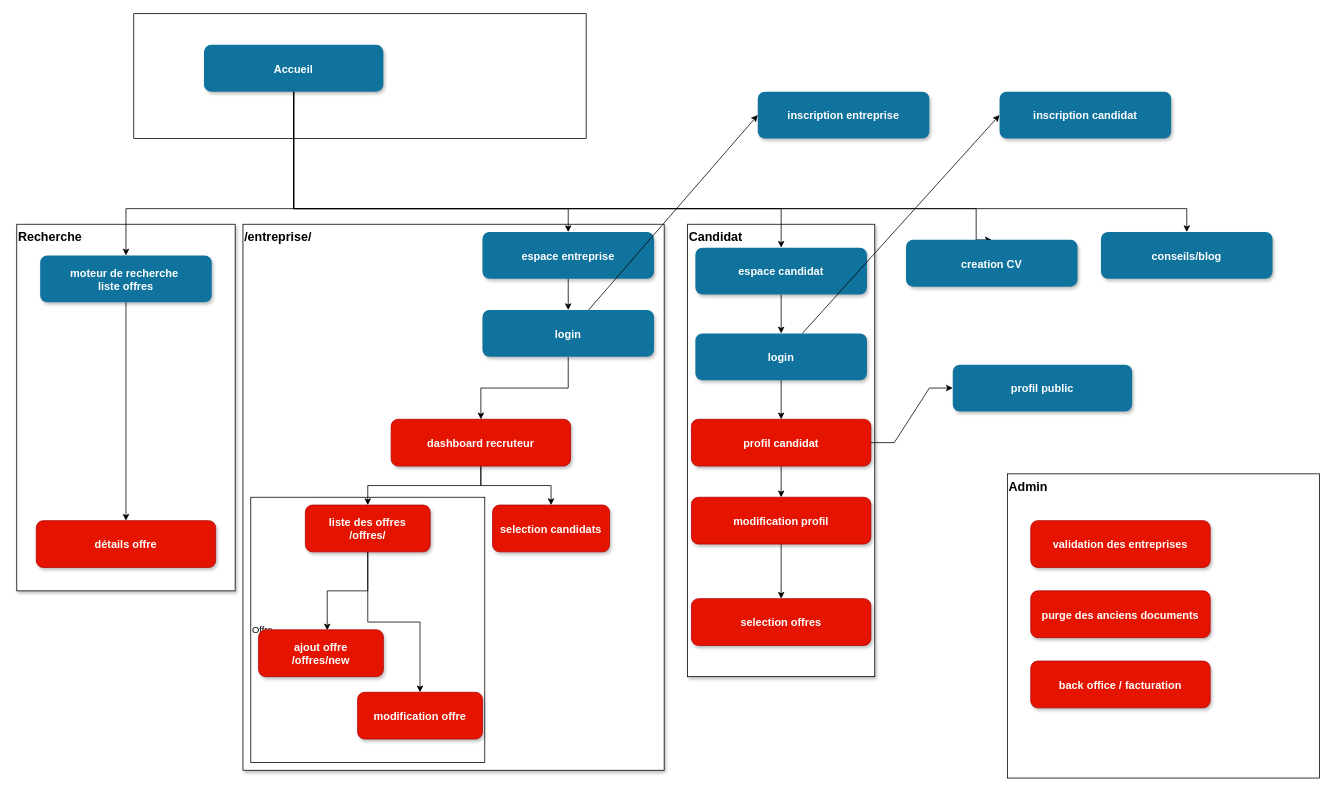
This is doc/Navigation.drawio from cangui2/candidatheque, a draw.io file, before an edit. Source tidied: cells renumbered, new cells numbered last; positions are measured from the earlier drawing's top-left corner, leaving out a move shared by most shapes. Both pictures are drawn from the tidied source at 78%, with x=0, y=0 at pixel (16, 13).
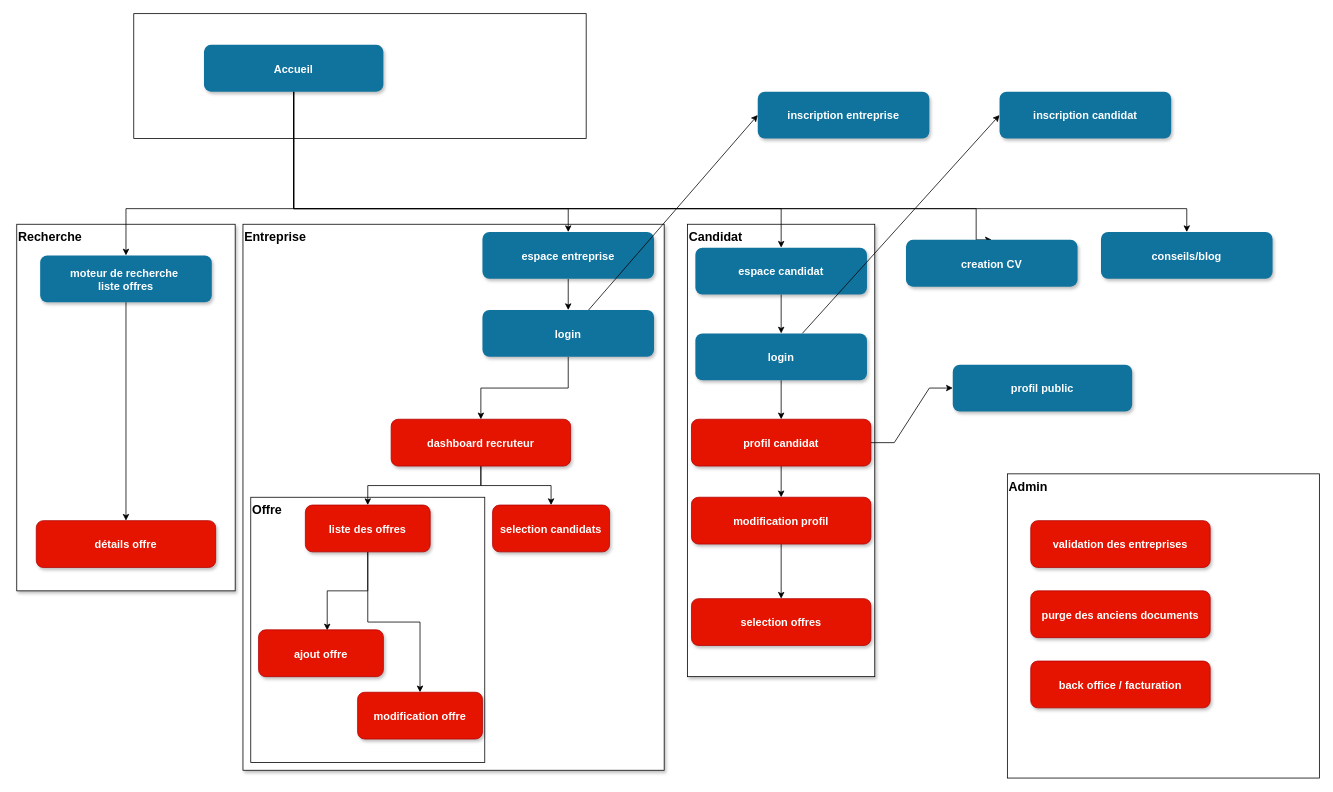
After the change.

The edit, as a diff of the source:
```diff
@@
-    <mxCell id="3" value="/entreprise/" style="rounded=0;whiteSpace=wrap;html=1;shadow=1;verticalAlign=top;align=left;fontStyle=1;fontSize=16;" parent="1" vertex="1">
+    <mxCell id="3" value="Entreprise" style="rounded=0;whiteSpace=wrap;html=1;shadow=1;verticalAlign=top;align=left;fontStyle=1;fontSize=16;" parent="1" vertex="1">
       <mxGeometry x="290" y="270" width="540" height="700" as="geometry" />
     </mxCell>
-    <mxCell id="4" value="Offre" style="rounded=0;whiteSpace=wrap;html=1;align=left;" parent="1" vertex="1">
+    <mxCell id="4" value="Offre" style="rounded=0;whiteSpace=wrap;html=1;align=left;verticalAlign=top;fontStyle=1;fontSize=16;" parent="1" vertex="1">
       <mxGeometry x="300" y="620" width="300" height="340" as="geometry" />
     </mxCell>
@@
-    <mxCell id="36" value="liste des offres&#10;/offres/" style="rounded=1;fillColor=#e51400;strokeColor=#B20000;shadow=1;fontStyle=1;fontColor=#ffffff;fontSize=14;" parent="1" vertex="1">
+    <mxCell id="36" value="liste des offres" style="rounded=1;fillColor=#e51400;strokeColor=#B20000;shadow=1;fontStyle=1;fontColor=#ffffff;fontSize=14;" parent="1" vertex="1">
       <mxGeometry x="370" y="630" width="160" height="60" as="geometry" />
     </mxCell>
@@
-    <mxCell id="40" value="ajout offre&#10;/offres/new" style="rounded=1;fillColor=#e51400;strokeColor=#B20000;shadow=1;fontStyle=1;fontColor=#ffffff;fontSize=14;" parent="1" vertex="1">
+    <mxCell id="40" value="ajout offre" style="rounded=1;fillColor=#e51400;strokeColor=#B20000;shadow=1;fontStyle=1;fontColor=#ffffff;fontSize=14;" parent="1" vertex="1">
       <mxGeometry x="310" y="790" width="160" height="60" as="geometry" />
     </mxCell>
```
